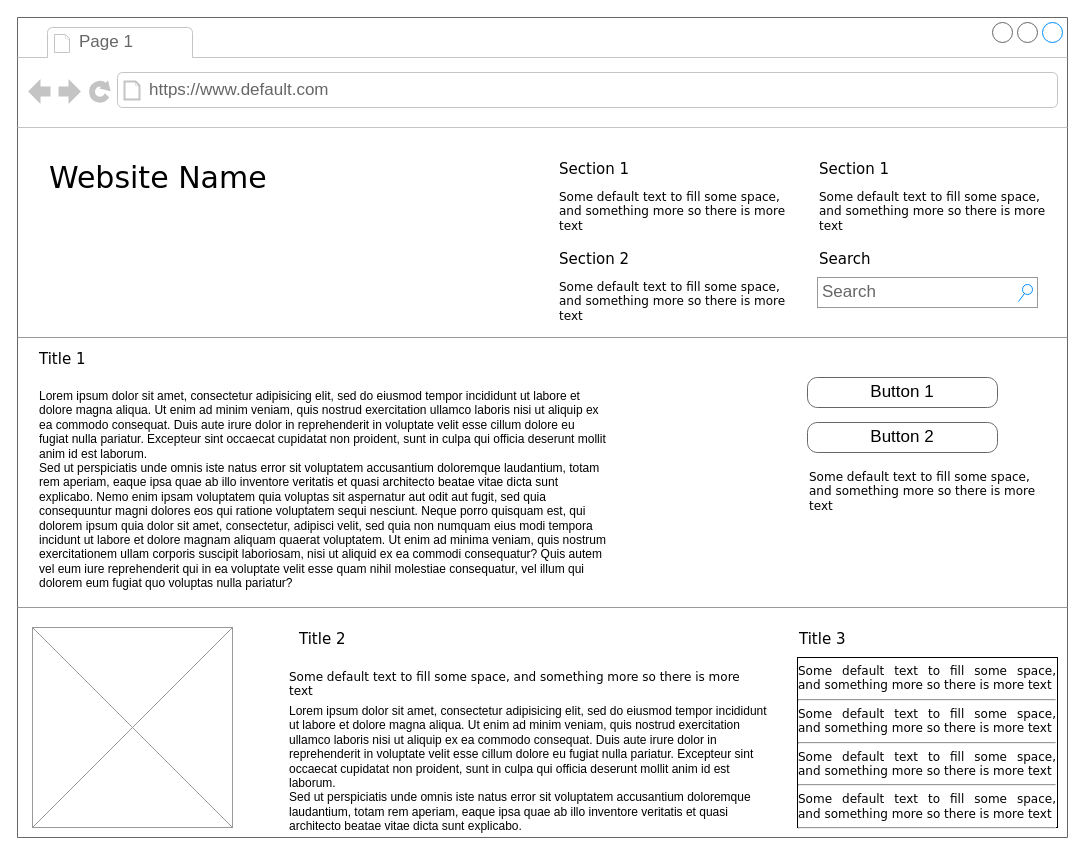
This is Untitled Diagram.drawio from RJWestrick/boatprojectdiagrams, a draw.io file, before an edit. Source tidied: cells renumbered, new cells numbered last; positions are measured from the earlier drawing's top-left corner, leaving out a move shared by most shapes. Both pictures are drawn from the tidied source at 100%, with x=0, y=0 at pixel (17, 17).
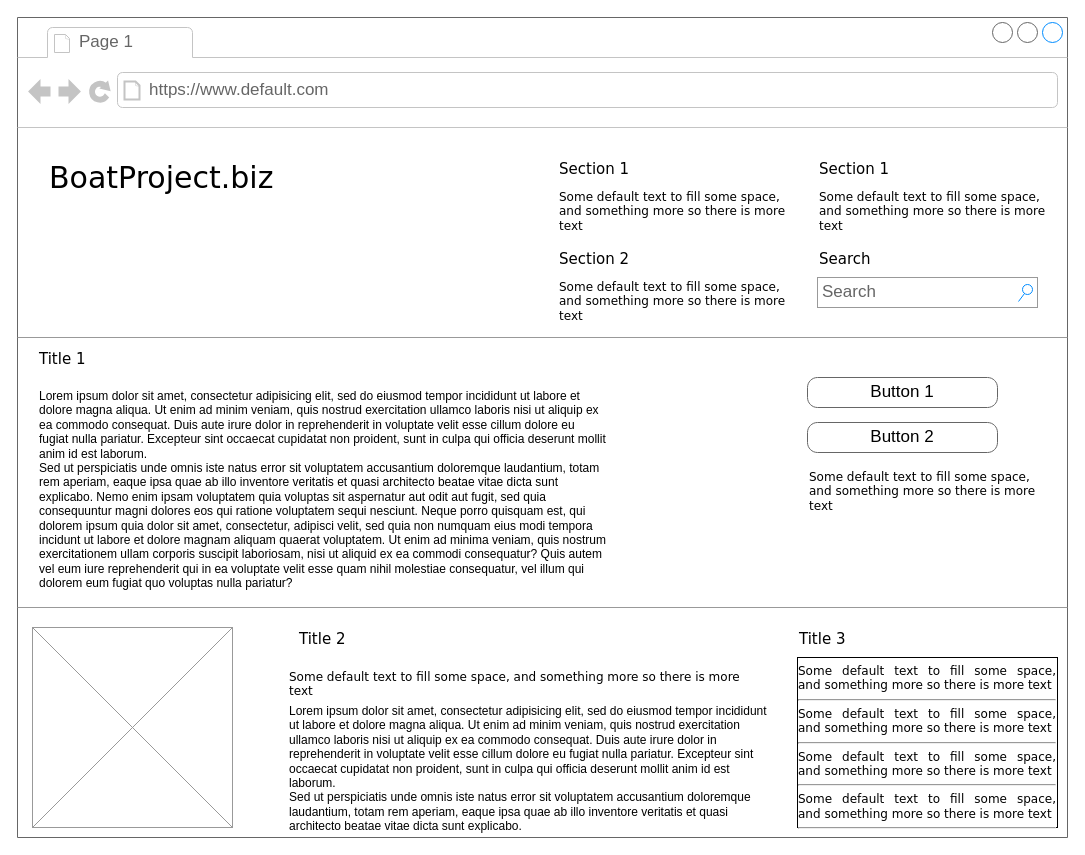
After the change.

Unchanged cells that the change refers to:
```xml
<mxCell id="2" style="strokeWidth=1;shadow=0;dashed=0;align=center;html=1;shape=mxgraph.mockup.containers.browserWindow;rSize=0;strokeColor=#666666;mainText=,;rounded=0;labelBackgroundColor=none;fontFamily=Verdana;fontSize=12;" parent="1" vertex="1">
  <mxGeometry width="1050" height="820" as="geometry" />
</mxCell>
```

Change to the diagram source:
```diff
@@
-    <mxCell id="5" value="Website Name" style="text;html=1;align=left;verticalAlign=top;spacingTop=-4;fontSize=30;fontFamily=Verdana;" parent="2" vertex="1">
+    <mxCell id="5" value="BoatProject.biz" style="text;html=1;align=left;verticalAlign=top;spacingTop=-4;fontSize=30;fontFamily=Verdana;" parent="2" vertex="1">
       <mxGeometry x="30" y="140" width="340" height="50" as="geometry" />
     </mxCell>
```
